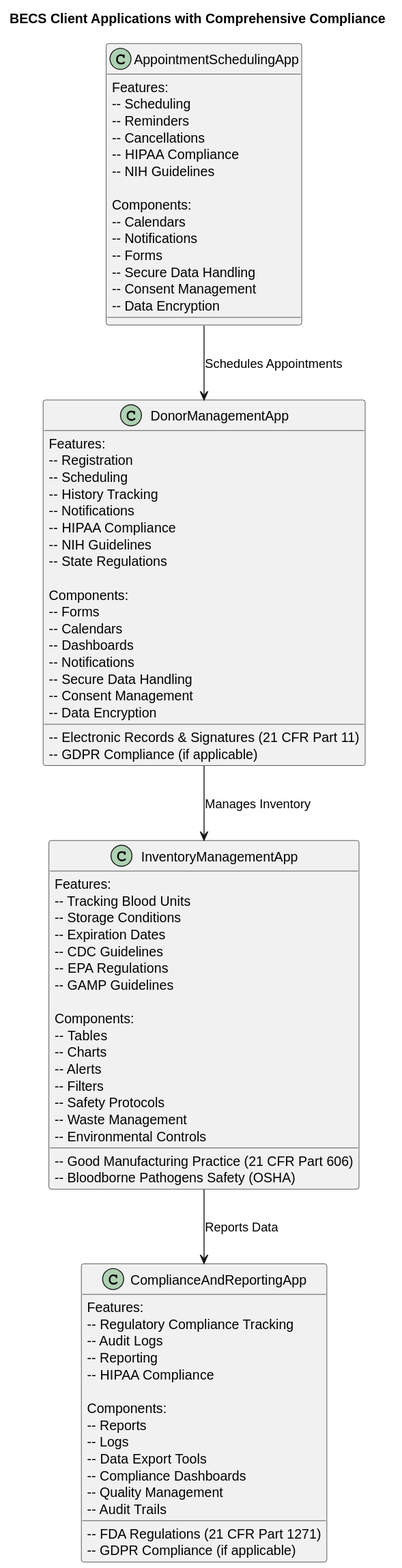
Before: docs/rendered/layers/CLIENT_LAYER.svg, a diagram exported from PlantUML (tylermaginnis/BECS_SoftwareArchitecture).
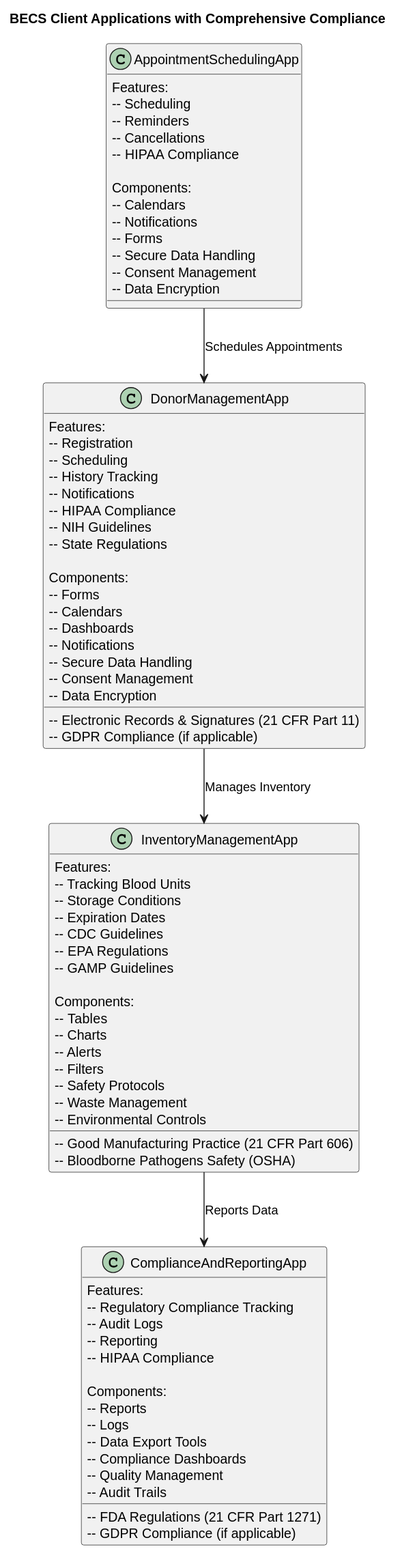
The same file after the commit.

Diff of the diagram source:
```diff
@@ -70,7 +70,6 @@
   -- Reminders
   -- Cancellations
   -- HIPAA Compliance
-  -- NIH Guidelines
 
   Components:
   -- Calendars
```
